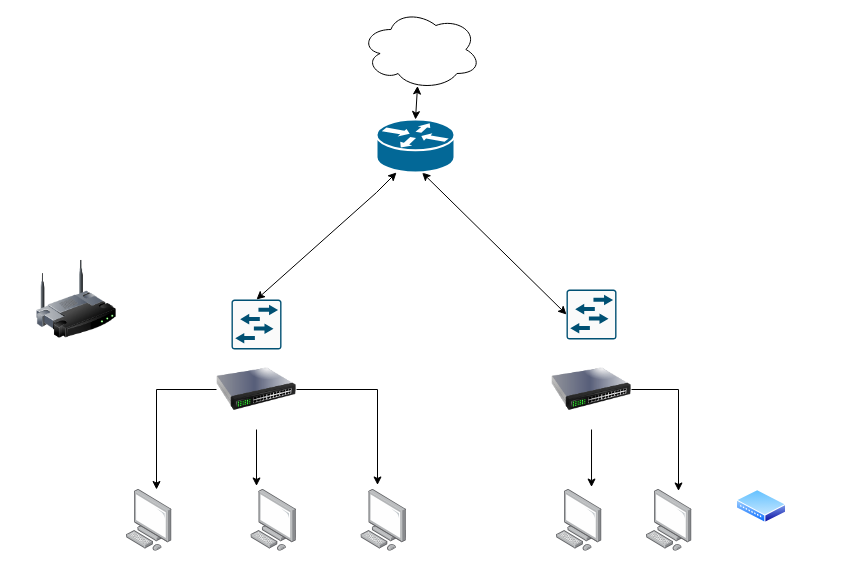
Earlier version of the draw.io diagram Untitled Diagram.drawio (wbxsxu168/drawio). Source tidied: cells renumbered, new cells numbered last; positions are measured from the earlier drawing's top-left corner, leaving out a move shared by most shapes. Both pictures are drawn from the tidied source at 100%, with x=0, y=0 at pixel (36, 9).
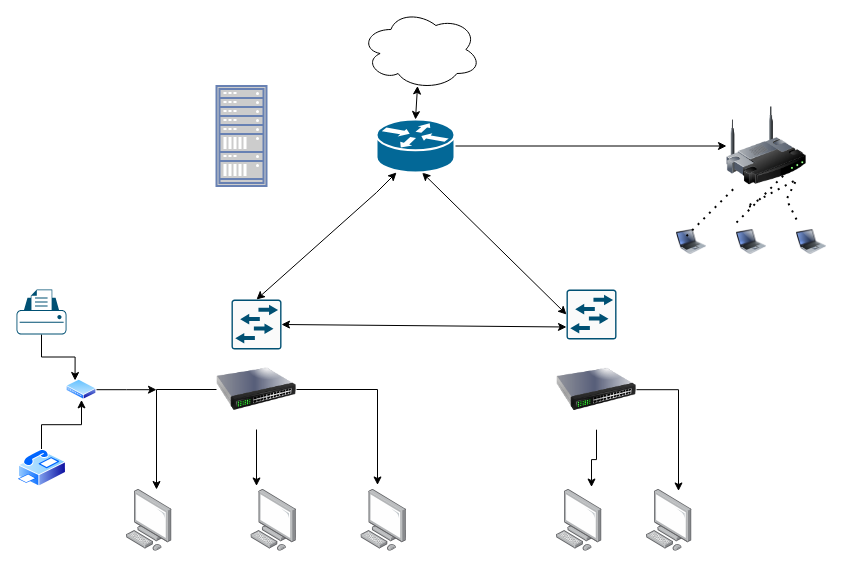
After the change.

The change refers to these unchanged cells:
```xml
<mxCell id="2" style="sketch=0;points=[[0.015,0.015,0],[0.985,0.015,0],[0.985,0.985,0],[0.015,0.985,0],[0.25,0,0],[0.5,0,0],[0.75,0,0],[1,0.25,0],[1,0.5,0],[1,0.75,0],[0.75,1,0],[0.5,1,0],[0.25,1,0],[0,0.75,0],[0,0.5,0],[0,0.25,0]];verticalLabelPosition=bottom;html=1;verticalAlign=top;align=center;shape=mxgraph.cisco19.rect;prIcon=l2_switch;fillColor=#FAFAFA;strokeColor=#005073;" parent="1" vertex="1">
  <mxGeometry x="195" y="290" width="50" height="50" as="geometry" />
</mxCell>
<mxCell id="3" style="sketch=0;points=[[0.015,0.015,0],[0.985,0.015,0],[0.985,0.985,0],[0.015,0.985,0],[0.25,0,0],[0.5,0,0],[0.75,0,0],[1,0.25,0],[1,0.5,0],[1,0.75,0],[0.75,1,0],[0.5,1,0],[0.25,1,0],[0,0.75,0],[0,0.5,0],[0,0.25,0]];verticalLabelPosition=bottom;html=1;verticalAlign=top;align=center;shape=mxgraph.cisco19.rect;prIcon=l2_switch;fillColor=#FAFAFA;strokeColor=#005073;" parent="1" vertex="1">
  <mxGeometry x="530" y="280" width="50" height="50" as="geometry" />
</mxCell>
<mxCell id="5" style="image;html=1;image=img/lib/clip_art/networking/Switch_128x128.png;" parent="1" vertex="1">
  <mxGeometry x="180" y="340" width="80" height="80" as="geometry" />
</mxCell>
<mxCell id="8" style="image;points=[];html=1;align=center;shadow=0;dashed=0;image=img/lib/allied_telesis/computer_and_terminals/Personal_Computer.svg;" parent="1" vertex="1">
  <mxGeometry x="214.4" y="480" width="45.6" height="61.8" as="geometry" />
</mxCell>
<mxCell id="12" style="shape=mxgraph.cisco.routers.router;html=1;dashed=0;fillColor=#036897;strokeColor=#ffffff;strokeWidth=2;verticalLabelPosition=bottom;verticalAlign=top;align=center;outlineConnect=0;" parent="1" vertex="1">
  <mxGeometry x="340" y="110" width="78" height="53" as="geometry" />
</mxCell>
```

Diff of the diagram source:
```diff
@@
     <mxCell id="6" style="image;html=1;image=img/lib/clip_art/networking/Wireless_Router_128x128.png;" parent="1" vertex="1">
-      <mxGeometry y="250" width="80" height="80" as="geometry" />
+      <mxGeometry x="690" y="96.5" width="80" height="80" as="geometry" />
     </mxCell>
@@
+    <mxCell id="23" style="edgeStyle=orthogonalEdgeStyle;rounded=0;jettySize=auto;html=1;exitX=1;exitY=0.5;exitDx=0;exitDy=0;exitPerimeter=0;" parent="1" edge="1" source="12" target="6">
+      <mxGeometry relative="1" as="geometry" />
+    </mxCell>
@@
+    <mxCell id="24" style="edgeStyle=orthogonalEdgeStyle;rounded=0;jettySize=auto;html=1;" parent="1" edge="1" source="13">
+      <mxGeometry relative="1" as="geometry">
+        <mxPoint x="120" y="380.2" as="targetPoint" />
+      </mxGeometry>
+    </mxCell>
     <mxCell id="13" style="image;perimeter=ellipsePerimeter;html=1;align=center;shadow=0;dashed=0;spacingTop=3;image=img/lib/active_directory/wiring_hub.svg;" parent="1" vertex="1">
-      <mxGeometry x="700" y="480" width="50" height="34" as="geometry" />
+      <mxGeometry x="30" y="370" width="30" height="20.4" as="geometry" />
     </mxCell>
     <mxCell id="14" style="image;html=1;image=img/lib/clip_art/networking/Switch_128x128.png;" parent="1" vertex="1">
-      <mxGeometry x="515" y="340" width="80" height="80" as="geometry" />
+      <mxGeometry x="520" y="340.2" width="80" height="80" as="geometry" />
     </mxCell>
@@
-    <mxCell id="16" style="edgeStyle=orthogonalEdgeStyle;rounded=0;jettySize=auto;html=1;exitX=0.5;exitY=1;exitDx=0;exitDy=0;entryX=0.123;entryY=-0.057;entryDx=0;entryDy=0;entryPerimeter=0;" parent="1" edge="1" source="5" target="8">
+    <mxCell id="16" style="edgeStyle=orthogonalEdgeStyle;rounded=0;jettySize=auto;html=1;entryX=0.123;entryY=-0.057;entryDx=0;entryDy=0;entryPerimeter=0;" parent="1" edge="1" source="5" target="8">
       <mxGeometry relative="1" as="geometry" />
     </mxCell>
@@
+    <mxCell id="25" style="image;html=1;image=img/lib/clip_art/computers/Laptop_128x128.png;" parent="1" vertex="1">
+      <mxGeometry x="640" y="210" width="30" height="45" as="geometry" />
+    </mxCell>
+    <mxCell id="26" style="edgeStyle=orthogonalEdgeStyle;rounded=0;jettySize=auto;html=1;exitX=0.5;exitY=1;exitDx=0;exitDy=0;exitPerimeter=0;entryX=0.25;entryY=0;entryDx=0;entryDy=0;" parent="1" edge="1" source="27" target="13">
+      <mxGeometry relative="1" as="geometry" />
+    </mxCell>
+    <mxCell id="27" style="points=[[0.22,0.185,0],[0.5,0,0],[0.78,0.185,0],[0.975,0.49,0],[1,0.73,0],[0.975,0.97,0],[0.5,1,0],[0.025,0.97,0],[0,0.73,0],[0.025,0.49,0]];verticalLabelPosition=bottom;sketch=0;html=1;verticalAlign=top;align=center;shape=mxgraph.cisco19.printer;fillColor=#005073;strokeColor=none;" parent="1" vertex="1">
+      <mxGeometry x="-20" y="280" width="50" height="45" as="geometry" />
+    </mxCell>
+    <mxCell id="28" style="edgeStyle=orthogonalEdgeStyle;rounded=0;jettySize=auto;html=1;entryX=0.5;entryY=1;entryDx=0;entryDy=0;" parent="1" edge="1" source="29" target="13">
+      <mxGeometry relative="1" as="geometry" />
+    </mxCell>
+    <mxCell id="29" style="image;perimeter=ellipsePerimeter;html=1;align=center;shadow=0;dashed=0;spacingTop=3;image=img/lib/active_directory/fax.svg;" parent="1" vertex="1">
+      <mxGeometry x="-20" y="440" width="50" height="37.5" as="geometry" />
+    </mxCell>
+    <mxCell id="30" style="fontColor=#0066CC;verticalAlign=top;verticalLabelPosition=bottom;labelPosition=center;align=center;html=1;fillColor=#CCCCCC;strokeColor=#6881B3;gradientColor=none;gradientDirection=north;strokeWidth=2;shape=mxgraph.networks.rack;" parent="1" vertex="1">
+      <mxGeometry x="180" y="76.5" width="50" height="100" as="geometry" />
+    </mxCell>
+    <mxCell id="31" style="endArrow=classic;startArrow=classic;html=1;rounded=0;exitX=1;exitY=0.5;exitDx=0;exitDy=0;exitPerimeter=0;entryX=0;entryY=0.75;entryDx=0;entryDy=0;entryPerimeter=0;" parent="1" edge="1" source="2" target="3">
+      <mxGeometry relative="1" as="geometry" />
+    </mxCell>
+    <mxCell id="32" style="image;html=1;image=img/lib/clip_art/computers/Laptop_128x128.png;" parent="1" vertex="1">
+      <mxGeometry x="700" y="210" width="30" height="45" as="geometry" />
+    </mxCell>
+    <mxCell id="33" style="image;html=1;image=img/lib/clip_art/computers/Laptop_128x128.png;" parent="1" vertex="1">
+      <mxGeometry x="760" y="210" width="30" height="45" as="geometry" />
+    </mxCell>
+    <mxCell id="34" style="endArrow=none;dashed=1;html=1;dashPattern=1 3;strokeWidth=2;rounded=0;" parent="1" edge="1">
+      <mxGeometry relative="1" as="geometry">
+        <mxPoint x="650" y="226.5" as="sourcePoint" />
+        <mxPoint x="700" y="176.5" as="targetPoint" />
+      </mxGeometry>
+    </mxCell>
+    <mxCell id="35" style="endArrow=none;dashed=1;html=1;dashPattern=1 3;strokeWidth=2;rounded=0;" parent="1" edge="1">
+      <mxGeometry relative="1" as="geometry">
+        <mxPoint x="700" y="213" as="sourcePoint" />
+        <mxPoint x="750" y="163" as="targetPoint" />
+      </mxGeometry>
+    </mxCell>
+    <mxCell id="36" style="endArrow=none;dashed=1;html=1;dashPattern=1 3;strokeWidth=2;rounded=0;exitX=0;exitY=0;exitDx=0;exitDy=0;" parent="1" edge="1" source="33">
+      <mxGeometry relative="1" as="geometry">
+        <mxPoint x="720" y="196.5" as="targetPoint" />
+        <Array as="points">
+          <mxPoint x="750" y="190" />
+          <mxPoint x="760" y="170" />
+          <mxPoint x="710" y="197" />
+        </Array>
+      </mxGeometry>
+    </mxCell>
```
